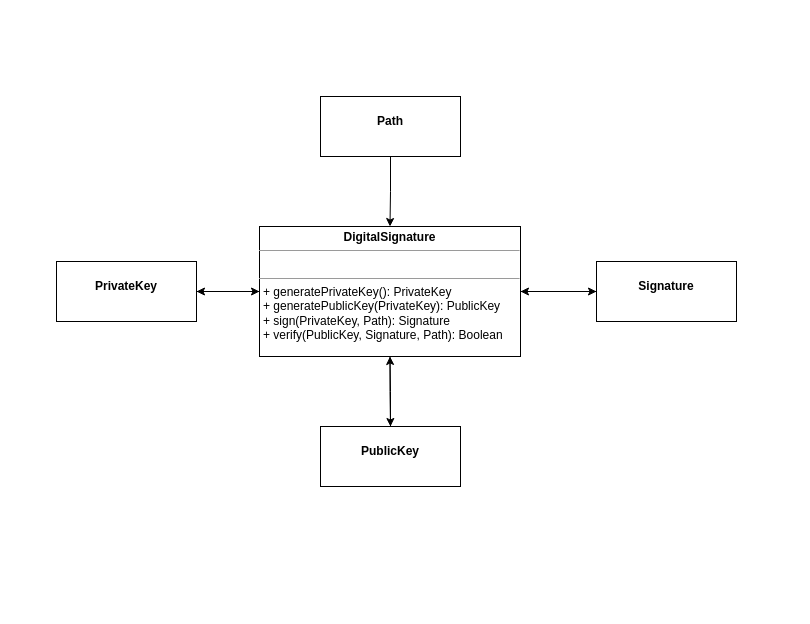
The draw.io diagram digital-signature-class-diagram.drawio in luvitale/inti-digital-signature, before the edit. Source tidied: cells renumbered, new cells numbered last; positions are measured from the earlier drawing's top-left corner, leaving out a move shared by most shapes. Both pictures are drawn from the tidied source at 100%, with x=0, y=0 at pixel (56, 96).
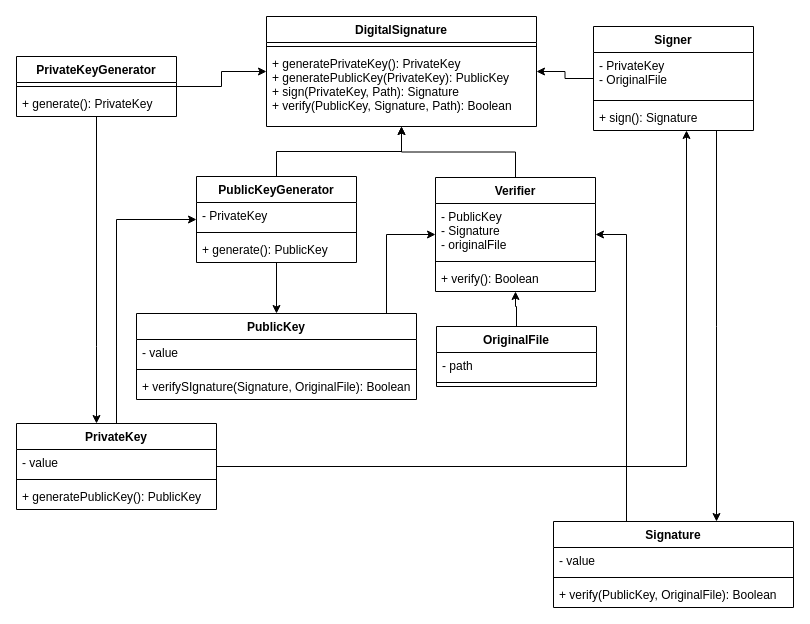
After the change.

Commit message (it also covers changes not shown here):
Restructured code and implementation

Diff of the diagram source:
```diff
@@
-    <mxCell id="2" style="edgeStyle=orthogonalEdgeStyle;rounded=0;jettySize=auto;html=1;" parent="1" edge="1" source="5" target="7">
-      <mxGeometry relative="1" as="geometry" />
-    </mxCell>
-    <mxCell id="3" style="edgeStyle=orthogonalEdgeStyle;rounded=0;jettySize=auto;html=1;" parent="1" edge="1" source="5" target="11">
-      <mxGeometry relative="1" as="geometry" />
-    </mxCell>
-    <mxCell id="4" style="edgeStyle=orthogonalEdgeStyle;rounded=0;jettySize=auto;html=1;" parent="1" edge="1" source="5" target="9">
-      <mxGeometry relative="1" as="geometry" />
-    </mxCell>
-    <mxCell id="5" value="&lt;p style=&quot;margin: 0px ; margin-top: 4px ; text-align: center&quot;&gt;&lt;b&gt;DigitalSignature&lt;/b&gt;&lt;/p&gt;&lt;hr size=&quot;1&quot;&gt;&lt;p style=&quot;margin: 0px ; margin-left: 4px&quot;&gt;&lt;br&gt;&lt;/p&gt;&lt;hr size=&quot;1&quot;&gt;&lt;p style=&quot;margin: 0px ; margin-left: 4px&quot;&gt;+ generatePrivateKey(): PrivateKey&lt;/p&gt;&lt;p style=&quot;margin: 0px ; margin-left: 4px&quot;&gt;+ generatePublicKey(PrivateKey): PublicKey&lt;/p&gt;&lt;p style=&quot;margin: 0px ; margin-left: 4px&quot;&gt;+ sign(PrivateKey, Path): Signature&lt;/p&gt;&lt;p style=&quot;margin: 0px ; margin-left: 4px&quot;&gt;+ verify(PublicKey, Signature, Path): Boolean&lt;/p&gt;" style="verticalAlign=top;align=left;overflow=fill;fontSize=12;fontFamily=Helvetica;html=1;" parent="1" vertex="1">
-      <mxGeometry x="203" y="130" width="261" height="130" as="geometry" />
-    </mxCell>
-    <mxCell id="6" style="edgeStyle=orthogonalEdgeStyle;rounded=0;jettySize=auto;html=1;" parent="1" edge="1" source="7" target="5">
-      <mxGeometry relative="1" as="geometry" />
-    </mxCell>
+    <mxCell id="14" style="edgeStyle=orthogonalEdgeStyle;rounded=0;jettySize=auto;html=1;" parent="1" edge="1" source="16" target="11">
+      <mxGeometry relative="1" as="geometry">
+        <Array as="points">
+          <mxPoint x="660" y="230" />
+          <mxPoint x="660" y="230" />
+        </Array>
+      </mxGeometry>
+    </mxCell>
+    <mxCell id="15" style="edgeStyle=orthogonalEdgeStyle;rounded=0;jettySize=auto;html=1;" parent="1" edge="1" source="16" target="26">
+      <mxGeometry relative="1" as="geometry" />
+    </mxCell>
+    <mxCell id="16" value="Signer" style="swimlane;fontStyle=1;align=center;verticalAlign=top;horizontal=1;startSize=26;" parent="1" vertex="1">
+      <mxGeometry x="537" y="-70" width="160" height="104" as="geometry" />
+    </mxCell>
+    <mxCell id="17" value="- PrivateKey&#10;- OriginalFile" style="text;strokeColor=none;fillColor=none;align=left;verticalAlign=top;spacingLeft=4;spacingRight=4;overflow=hidden;" parent="16" vertex="1">
+      <mxGeometry y="26" width="160" height="44" as="geometry" />
+    </mxCell>
+    <mxCell id="18" style="line;strokeWidth=1;fillColor=none;align=left;verticalAlign=middle;spacingTop=-1;spacingLeft=3;spacingRight=3;labelPosition=right;" parent="16" vertex="1">
+      <mxGeometry y="70" width="160" height="8" as="geometry" />
+    </mxCell>
+    <mxCell id="19" value="+ sign(): Signature" style="text;strokeColor=none;fillColor=none;align=left;verticalAlign=top;spacingLeft=4;spacingRight=4;overflow=hidden;" parent="16" vertex="1">
+      <mxGeometry y="78" width="160" height="26" as="geometry" />
+    </mxCell>
+    <mxCell id="20" style="edgeStyle=orthogonalEdgeStyle;rounded=0;jettySize=auto;html=1;" parent="1" edge="1" source="22" target="26">
+      <mxGeometry relative="1" as="geometry" />
+    </mxCell>
+    <mxCell id="21" style="edgeStyle=orthogonalEdgeStyle;rounded=0;jettySize=auto;html=1;" parent="1" edge="1" source="22" target="9">
+      <mxGeometry relative="1" as="geometry" />
+    </mxCell>
+    <mxCell id="22" value="PublicKeyGenerator" style="swimlane;fontStyle=1;align=center;verticalAlign=top;horizontal=1;startSize=26;" parent="1" vertex="1">
+      <mxGeometry x="140" y="80" width="160" height="86" as="geometry" />
+    </mxCell>
+    <mxCell id="23" value="- PrivateKey" style="text;strokeColor=none;fillColor=none;align=left;verticalAlign=top;spacingLeft=4;spacingRight=4;overflow=hidden;" parent="22" vertex="1">
+      <mxGeometry y="26" width="160" height="26" as="geometry" />
+    </mxCell>
+    <mxCell id="24" style="line;strokeWidth=1;fillColor=none;align=left;verticalAlign=middle;spacingTop=-1;spacingLeft=3;spacingRight=3;labelPosition=right;" parent="22" vertex="1">
+      <mxGeometry y="52" width="160" height="8" as="geometry" />
+    </mxCell>
+    <mxCell id="25" value="+ generate(): PublicKey" style="text;strokeColor=none;fillColor=none;align=left;verticalAlign=top;spacingLeft=4;spacingRight=4;overflow=hidden;" parent="22" vertex="1">
+      <mxGeometry y="60" width="160" height="26" as="geometry" />
+    </mxCell>
+    <mxCell id="26" value="DigitalSignature" style="swimlane;fontStyle=1;align=center;verticalAlign=top;horizontal=1;startSize=26;" parent="1" vertex="1">
+      <mxGeometry x="210" y="-80" width="270" height="110" as="geometry" />
+    </mxCell>
+    <mxCell id="27" style="line;strokeWidth=1;fillColor=none;align=left;verticalAlign=middle;spacingTop=-1;spacingLeft=3;spacingRight=3;labelPosition=right;" parent="26" vertex="1">
+      <mxGeometry y="26" width="270" height="8" as="geometry" />
+    </mxCell>
+    <mxCell id="28" value="+ generatePrivateKey(): PrivateKey&#10;+ generatePublicKey(PrivateKey): PublicKey&#10;+ sign(PrivateKey, Path): Signature&#10;+ verify(PublicKey, Signature, Path): Boolean" style="text;strokeColor=none;fillColor=none;align=left;verticalAlign=top;spacingLeft=4;spacingRight=4;overflow=hidden;" parent="26" vertex="1">
+      <mxGeometry y="34" width="270" height="76" as="geometry" />
+    </mxCell>
+    <mxCell id="29" style="edgeStyle=orthogonalEdgeStyle;rounded=0;jettySize=auto;html=1;" parent="1" edge="1" source="7" target="16">
+      <mxGeometry relative="1" as="geometry">
+        <Array as="points">
+          <mxPoint x="630" y="370" />
+        </Array>
+      </mxGeometry>
+    </mxCell>
+    <mxCell id="30" style="edgeStyle=orthogonalEdgeStyle;rounded=0;jettySize=auto;html=1;" parent="1" edge="1" source="7" target="22">
+      <mxGeometry relative="1" as="geometry">
+        <Array as="points">
+          <mxPoint x="60" y="123" />
+        </Array>
+      </mxGeometry>
+    </mxCell>
-    <mxCell id="7" value="&lt;p style=&quot;margin: 0px ; margin-top: 4px ; text-align: center&quot;&gt;&lt;br&gt;&lt;b&gt;PrivateKey&lt;/b&gt;&lt;/p&gt;" style="verticalAlign=top;align=left;overflow=fill;fontSize=12;fontFamily=Helvetica;html=1;" parent="1" vertex="1">
-      <mxGeometry y="165" width="140" height="60" as="geometry" />
+    <mxCell id="7" value="PrivateKey" style="swimlane;fontStyle=1;align=center;verticalAlign=top;horizontal=1;startSize=26;" parent="1" vertex="1">
+      <mxGeometry x="-40" y="327" width="200" height="86" as="geometry" />
     </mxCell>
-    <mxCell id="8" style="edgeStyle=orthogonalEdgeStyle;rounded=0;jettySize=auto;html=1;" parent="1" edge="1" source="9" target="5">
-      <mxGeometry relative="1" as="geometry" />
-    </mxCell>
+    <mxCell id="31" value="- value" style="text;strokeColor=none;fillColor=none;align=left;verticalAlign=top;spacingLeft=4;spacingRight=4;overflow=hidden;" parent="7" vertex="1">
+      <mxGeometry y="26" width="200" height="26" as="geometry" />
+    </mxCell>
+    <mxCell id="32" style="line;strokeWidth=1;fillColor=none;align=left;verticalAlign=middle;spacingTop=-1;spacingLeft=3;spacingRight=3;labelPosition=right;" parent="7" vertex="1">
+      <mxGeometry y="52" width="200" height="8" as="geometry" />
+    </mxCell>
+    <mxCell id="33" value="+ generatePublicKey(): PublicKey" style="text;strokeColor=none;fillColor=none;align=left;verticalAlign=top;spacingLeft=4;spacingRight=4;overflow=hidden;" parent="7" vertex="1">
+      <mxGeometry y="60" width="200" height="26" as="geometry" />
+    </mxCell>
+    <mxCell id="34" style="edgeStyle=orthogonalEdgeStyle;rounded=0;jettySize=auto;html=1;" parent="1" edge="1" source="9" target="52">
+      <mxGeometry relative="1" as="geometry">
+        <Array as="points">
+          <mxPoint x="330" y="138" />
+        </Array>
+      </mxGeometry>
+    </mxCell>
-    <mxCell id="9" value="&lt;p style=&quot;margin: 0px ; margin-top: 4px ; text-align: center&quot;&gt;&lt;br&gt;&lt;b&gt;PublicKey&lt;/b&gt;&lt;/p&gt;" style="verticalAlign=top;align=left;overflow=fill;fontSize=12;fontFamily=Helvetica;html=1;" parent="1" vertex="1">
-      <mxGeometry x="264" y="330" width="140" height="60" as="geometry" />
+    <mxCell id="9" value="PublicKey" style="swimlane;fontStyle=1;align=center;verticalAlign=top;horizontal=1;startSize=26;" parent="1" vertex="1">
+      <mxGeometry x="80" y="217" width="280" height="86" as="geometry" />
     </mxCell>
-    <mxCell id="10" style="edgeStyle=orthogonalEdgeStyle;rounded=0;jettySize=auto;html=1;" parent="1" edge="1" source="11" target="5">
-      <mxGeometry relative="1" as="geometry" />
-    </mxCell>
+    <mxCell id="35" value="- value" style="text;strokeColor=none;fillColor=none;align=left;verticalAlign=top;spacingLeft=4;spacingRight=4;overflow=hidden;" parent="9" vertex="1">
+      <mxGeometry y="26" width="280" height="26" as="geometry" />
+    </mxCell>
+    <mxCell id="36" style="line;strokeWidth=1;fillColor=none;align=left;verticalAlign=middle;spacingTop=-1;spacingLeft=3;spacingRight=3;labelPosition=right;" parent="9" vertex="1">
+      <mxGeometry y="52" width="280" height="8" as="geometry" />
+    </mxCell>
+    <mxCell id="37" value="+ verifySIgnature(Signature, OriginalFile): Boolean" style="text;strokeColor=none;fillColor=none;align=left;verticalAlign=top;spacingLeft=4;spacingRight=4;overflow=hidden;" parent="9" vertex="1">
+      <mxGeometry y="60" width="280" height="26" as="geometry" />
+    </mxCell>
+    <mxCell id="38" style="edgeStyle=orthogonalEdgeStyle;rounded=0;jettySize=auto;html=1;" parent="1" edge="1" source="39" target="52">
+      <mxGeometry relative="1" as="geometry" />
+    </mxCell>
+    <mxCell id="39" value="OriginalFile" style="swimlane;fontStyle=1;align=center;verticalAlign=top;horizontal=1;startSize=26;" parent="1" vertex="1">
+      <mxGeometry x="380" y="230" width="160" height="60" as="geometry" />
+    </mxCell>
+    <mxCell id="40" value="- path" style="text;strokeColor=none;fillColor=none;align=left;verticalAlign=top;spacingLeft=4;spacingRight=4;overflow=hidden;" parent="39" vertex="1">
+      <mxGeometry y="26" width="160" height="26" as="geometry" />
+    </mxCell>
+    <mxCell id="41" style="line;strokeWidth=1;fillColor=none;align=left;verticalAlign=middle;spacingTop=-1;spacingLeft=3;spacingRight=3;labelPosition=right;" parent="39" vertex="1">
+      <mxGeometry y="52" width="160" height="8" as="geometry" />
+    </mxCell>
+    <mxCell id="42" style="edgeStyle=orthogonalEdgeStyle;rounded=0;jettySize=auto;html=1;" parent="1" edge="1" source="11" target="52">
+      <mxGeometry relative="1" as="geometry">
+        <Array as="points">
+          <mxPoint x="570" y="138" />
+        </Array>
+      </mxGeometry>
+    </mxCell>
-    <mxCell id="11" value="&lt;p style=&quot;margin: 0px ; margin-top: 4px ; text-align: center&quot;&gt;&lt;br&gt;&lt;b&gt;Signature&lt;/b&gt;&lt;/p&gt;" style="verticalAlign=top;align=left;overflow=fill;fontSize=12;fontFamily=Helvetica;html=1;" parent="1" vertex="1">
-      <mxGeometry x="540" y="165" width="140" height="60" as="geometry" />
+    <mxCell id="11" value="Signature" style="swimlane;fontStyle=1;align=center;verticalAlign=top;horizontal=1;startSize=26;" parent="1" vertex="1">
+      <mxGeometry x="497" y="425" width="240" height="86" as="geometry" />
     </mxCell>
-    <mxCell id="12" style="edgeStyle=orthogonalEdgeStyle;rounded=0;jettySize=auto;html=1;" parent="1" edge="1" source="13" target="5">
-      <mxGeometry relative="1" as="geometry" />
-    </mxCell>
-    <mxCell id="13" value="&lt;p style=&quot;margin: 0px ; margin-top: 4px ; text-align: center&quot;&gt;&lt;br&gt;&lt;b&gt;Path&lt;/b&gt;&lt;/p&gt;" style="verticalAlign=top;align=left;overflow=fill;fontSize=12;fontFamily=Helvetica;html=1;" parent="1" vertex="1">
-      <mxGeometry x="264" width="140" height="60" as="geometry" />
-    </mxCell>
+    <mxCell id="43" value="- value" style="text;strokeColor=none;fillColor=none;align=left;verticalAlign=top;spacingLeft=4;spacingRight=4;overflow=hidden;" parent="11" vertex="1">
+      <mxGeometry y="26" width="240" height="26" as="geometry" />
+    </mxCell>
+    <mxCell id="44" style="line;strokeWidth=1;fillColor=none;align=left;verticalAlign=middle;spacingTop=-1;spacingLeft=3;spacingRight=3;labelPosition=right;" parent="11" vertex="1">
+      <mxGeometry y="52" width="240" height="8" as="geometry" />
+    </mxCell>
+    <mxCell id="45" value="+ verify(PublicKey, OriginalFile): Boolean" style="text;strokeColor=none;fillColor=none;align=left;verticalAlign=top;spacingLeft=4;spacingRight=4;overflow=hidden;" parent="11" vertex="1">
+      <mxGeometry y="60" width="240" height="26" as="geometry" />
+    </mxCell>
+    <mxCell id="46" style="edgeStyle=orthogonalEdgeStyle;rounded=0;jettySize=auto;html=1;" parent="1" edge="1" source="48" target="26">
+      <mxGeometry relative="1" as="geometry" />
+    </mxCell>
+    <mxCell id="47" style="edgeStyle=orthogonalEdgeStyle;rounded=0;jettySize=auto;html=1;" parent="1" edge="1" source="48" target="7">
+      <mxGeometry relative="1" as="geometry">
+        <Array as="points">
+          <mxPoint x="40" y="250" />
+          <mxPoint x="40" y="250" />
+        </Array>
+      </mxGeometry>
+    </mxCell>
+    <mxCell id="48" value="PrivateKeyGenerator" style="swimlane;fontStyle=1;align=center;verticalAlign=top;horizontal=1;startSize=26;" parent="1" vertex="1">
+      <mxGeometry x="-40" y="-40" width="160" height="60" as="geometry" />
+    </mxCell>
+    <mxCell id="49" style="line;strokeWidth=1;fillColor=none;align=left;verticalAlign=middle;spacingTop=-1;spacingLeft=3;spacingRight=3;labelPosition=right;" parent="48" vertex="1">
+      <mxGeometry y="26" width="160" height="8" as="geometry" />
+    </mxCell>
+    <mxCell id="50" value="+ generate(): PrivateKey" style="text;strokeColor=none;fillColor=none;align=left;verticalAlign=top;spacingLeft=4;spacingRight=4;overflow=hidden;" parent="48" vertex="1">
+      <mxGeometry y="34" width="160" height="26" as="geometry" />
+    </mxCell>
+    <mxCell id="51" style="edgeStyle=orthogonalEdgeStyle;rounded=0;jettySize=auto;html=1;" parent="1" edge="1" source="52" target="26">
+      <mxGeometry relative="1" as="geometry" />
+    </mxCell>
+    <mxCell id="52" value="Verifier" style="swimlane;fontStyle=1;align=center;verticalAlign=top;horizontal=1;startSize=26;" parent="1" vertex="1">
+      <mxGeometry x="379" y="81" width="160" height="114" as="geometry" />
+    </mxCell>
+    <mxCell id="53" value="- PublicKey&#10;- Signature&#10;- originalFile" style="text;strokeColor=none;fillColor=none;align=left;verticalAlign=top;spacingLeft=4;spacingRight=4;overflow=hidden;" parent="52" vertex="1">
+      <mxGeometry y="26" width="160" height="54" as="geometry" />
+    </mxCell>
+    <mxCell id="54" style="line;strokeWidth=1;fillColor=none;align=left;verticalAlign=middle;spacingTop=-1;spacingLeft=3;spacingRight=3;labelPosition=right;" parent="52" vertex="1">
+      <mxGeometry y="80" width="160" height="8" as="geometry" />
+    </mxCell>
+    <mxCell id="55" value="+ verify(): Boolean" style="text;strokeColor=none;fillColor=none;align=left;verticalAlign=top;spacingLeft=4;spacingRight=4;overflow=hidden;" parent="52" vertex="1">
+      <mxGeometry y="88" width="160" height="26" as="geometry" />
+    </mxCell>
```
